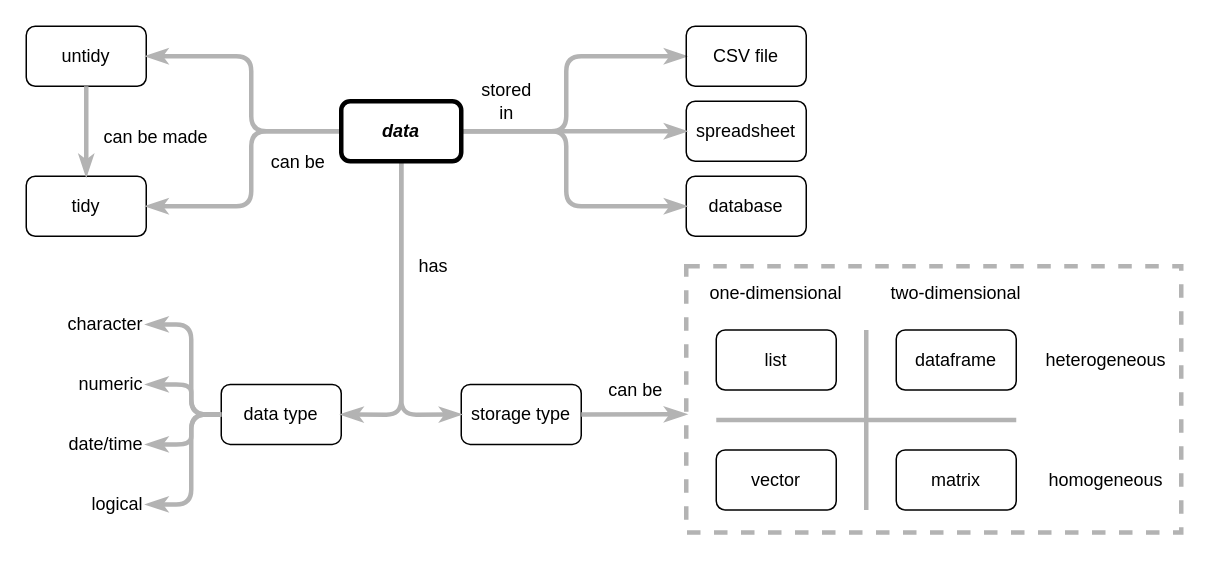
The draw.io diagram en/data-types.drawio in rstudio/concept-maps, before the edit. Source tidied: cells renumbered, new cells numbered last; positions are measured from the earlier drawing's top-left corner, leaving out a move shared by most shapes. Both pictures are drawn from the tidied source at 150%, with x=0, y=0 at pixel (26, 26).
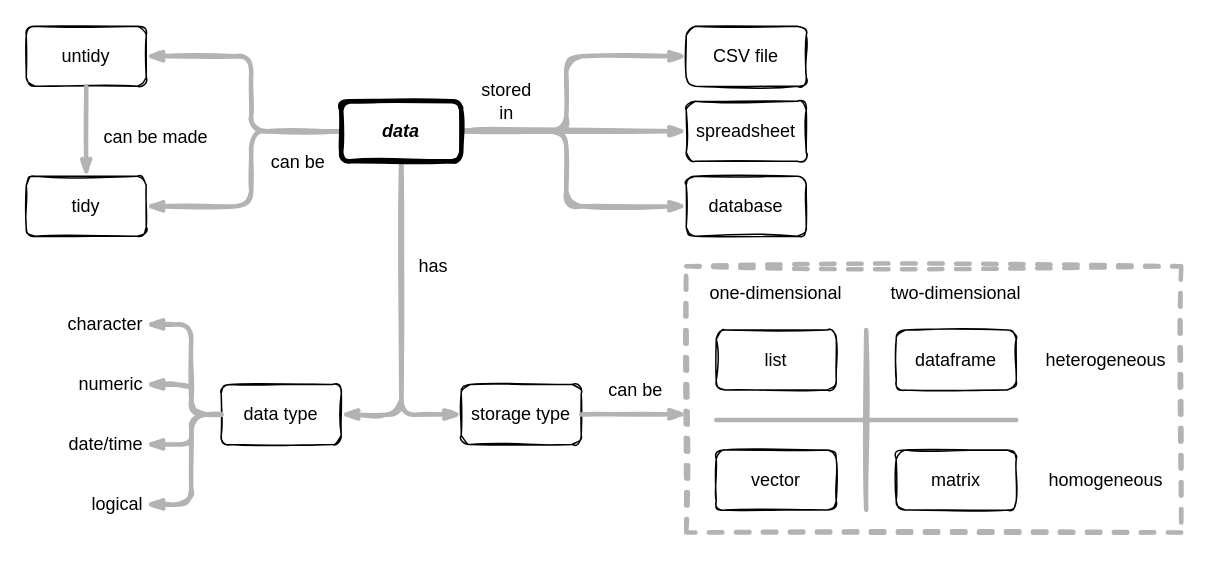
Above is the later version.

The edit, as a diff of the source:
```diff
@@
-    <mxCell id="2" value="stored&lt;br&gt;in" style="edgeStyle=none;rounded=1;html=1;labelBackgroundColor=none;startArrow=none;startFill=0;startSize=5;endArrow=classicThin;endFill=1;endSize=5;jettySize=auto;strokeColor=#B3B3B3;strokeWidth=3;fontFamily=Helvetica;fontSize=12;exitX=1;exitY=0.5;exitDx=0;exitDy=0;verticalAlign=middle;entryX=0;entryY=0.5;entryDx=0;entryDy=0;" parent="1" edge="1" source="39" target="12">
+    <mxCell id="2" value="stored&lt;br&gt;in" style="edgeStyle=none;rounded=1;html=1;labelBackgroundColor=none;startArrow=none;startFill=0;startSize=5;endArrow=classicThin;endFill=1;endSize=5;jettySize=auto;strokeColor=#B3B3B3;strokeWidth=3;fontFamily=Helvetica;fontSize=12;exitX=1;exitY=0.5;exitDx=0;exitDy=0;verticalAlign=middle;entryX=0;entryY=0.5;entryDx=0;entryDy=0;sketch=1;" parent="1" edge="1" source="39" target="12">
       <mxGeometry x="-0.1" y="40" relative="1" as="geometry">
         <Array as="points">
           <mxPoint x="360" y="70" />
           <mxPoint x="360" y="20" />
         </Array>
       </mxGeometry>
     </mxCell>
-    <mxCell id="3" value="tidy" style="rounded=1;whiteSpace=wrap;html=1;fontSize=12;fontFamily=Helvetica;fillColor=none;" parent="1" vertex="1">
+    <mxCell id="3" value="tidy" style="rounded=1;whiteSpace=wrap;html=1;fontSize=12;fontFamily=Helvetica;fillColor=none;sketch=1;labelBackgroundColor=none;" parent="1" vertex="1">
       <mxGeometry y="100" width="80" height="40" as="geometry" />
     </mxCell>
-    <mxCell id="4" value="untidy" style="rounded=1;whiteSpace=wrap;html=1;fontSize=12;fontFamily=Helvetica;fillColor=none;" parent="1" vertex="1">
+    <mxCell id="4" value="untidy" style="rounded=1;whiteSpace=wrap;html=1;fontSize=12;fontFamily=Helvetica;fillColor=none;sketch=1;labelBackgroundColor=none;" parent="1" vertex="1">
       <mxGeometry width="80" height="40" as="geometry" />
     </mxCell>
-    <mxCell id="5" value="data type" style="rounded=1;whiteSpace=wrap;html=1;fontSize=12;fontFamily=Helvetica;fillColor=none;" parent="1" vertex="1">
+    <mxCell id="5" value="data type" style="rounded=1;whiteSpace=wrap;html=1;fontSize=12;fontFamily=Helvetica;fillColor=none;sketch=1;labelBackgroundColor=none;" parent="1" vertex="1">
       <mxGeometry x="130" y="238.8" width="80" height="40" as="geometry" />
     </mxCell>
-    <mxCell id="6" value="matrix" style="rounded=1;whiteSpace=wrap;html=1;fontSize=12;fontFamily=Helvetica;fillColor=none;" parent="1" vertex="1">
+    <mxCell id="6" value="matrix" style="rounded=1;whiteSpace=wrap;html=1;fontSize=12;fontFamily=Helvetica;fillColor=none;sketch=1;labelBackgroundColor=none;" parent="1" vertex="1">
       <mxGeometry x="580" y="282.5" width="80" height="40" as="geometry" />
     </mxCell>
-    <mxCell id="7" value="dataframe" style="rounded=1;whiteSpace=wrap;html=1;fontSize=12;fontFamily=Helvetica;fillColor=none;" parent="1" vertex="1">
+    <mxCell id="7" value="dataframe" style="rounded=1;whiteSpace=wrap;html=1;fontSize=12;fontFamily=Helvetica;fillColor=none;sketch=1;labelBackgroundColor=none;" parent="1" vertex="1">
       <mxGeometry x="580" y="202.5" width="80" height="40" as="geometry" />
     </mxCell>
-    <mxCell id="8" value="list" style="rounded=1;whiteSpace=wrap;html=1;fontSize=12;fontFamily=Helvetica;fillColor=none;" parent="1" vertex="1">
+    <mxCell id="8" value="list" style="rounded=1;whiteSpace=wrap;html=1;fontSize=12;fontFamily=Helvetica;fillColor=none;sketch=1;labelBackgroundColor=none;" parent="1" vertex="1">
       <mxGeometry x="460" y="202.5" width="80" height="40" as="geometry" />
     </mxCell>
-    <mxCell id="9" value="vector" style="rounded=1;whiteSpace=wrap;html=1;fontSize=12;fontFamily=Helvetica;fillColor=none;" parent="1" vertex="1">
+    <mxCell id="9" value="vector" style="rounded=1;whiteSpace=wrap;html=1;fontSize=12;fontFamily=Helvetica;fillColor=none;sketch=1;labelBackgroundColor=none;" parent="1" vertex="1">
       <mxGeometry x="460" y="282.5" width="80" height="40" as="geometry" />
     </mxCell>
-    <mxCell id="10" value="database" style="rounded=1;whiteSpace=wrap;html=1;fontSize=12;fontFamily=Helvetica;fillColor=none;" parent="1" vertex="1">
+    <mxCell id="10" value="database" style="rounded=1;whiteSpace=wrap;html=1;fontSize=12;fontFamily=Helvetica;fillColor=none;sketch=1;labelBackgroundColor=none;" parent="1" vertex="1">
       <mxGeometry x="440" y="100" width="80" height="40" as="geometry" />
     </mxCell>
-    <mxCell id="11" value="spreadsheet" style="rounded=1;whiteSpace=wrap;html=1;fontSize=12;fontFamily=Helvetica;fillColor=none;" parent="1" vertex="1">
+    <mxCell id="11" value="spreadsheet" style="rounded=1;whiteSpace=wrap;html=1;fontSize=12;fontFamily=Helvetica;fillColor=none;sketch=1;labelBackgroundColor=none;" parent="1" vertex="1">
       <mxGeometry x="440" y="50" width="80" height="40" as="geometry" />
     </mxCell>
-    <mxCell id="12" value="CSV file" style="rounded=1;whiteSpace=wrap;html=1;fontSize=12;fontFamily=Helvetica;fillColor=none;" parent="1" vertex="1">
+    <mxCell id="12" value="CSV file" style="rounded=1;whiteSpace=wrap;html=1;fontSize=12;fontFamily=Helvetica;fillColor=none;sketch=1;labelBackgroundColor=none;" parent="1" vertex="1">
       <mxGeometry x="440" width="80" height="40" as="geometry" />
     </mxCell>
-    <mxCell id="13" style="edgeStyle=none;rounded=1;html=1;labelBackgroundColor=none;startArrow=none;startFill=0;startSize=5;endArrow=classicThin;endFill=1;endSize=5;jettySize=auto;strokeColor=#B3B3B3;strokeWidth=3;fontFamily=Helvetica;fontSize=12;exitX=1;exitY=0.5;exitDx=0;exitDy=0;verticalAlign=middle;entryX=0;entryY=0.5;entryDx=0;entryDy=0;" parent="1" edge="1" source="39" target="11">
+    <mxCell id="13" style="edgeStyle=none;rounded=1;html=1;labelBackgroundColor=none;startArrow=none;startFill=0;startSize=5;endArrow=classicThin;endFill=1;endSize=5;jettySize=auto;strokeColor=#B3B3B3;strokeWidth=3;fontFamily=Helvetica;fontSize=12;exitX=1;exitY=0.5;exitDx=0;exitDy=0;verticalAlign=middle;entryX=0;entryY=0.5;entryDx=0;entryDy=0;sketch=1;" parent="1" edge="1" source="39" target="11">
       <mxGeometry x="0.05" y="21" relative="1" as="geometry" />
     </mxCell>
-    <mxCell id="14" style="edgeStyle=none;rounded=1;html=1;labelBackgroundColor=none;startArrow=none;startFill=0;startSize=5;endArrow=classicThin;endFill=1;endSize=5;jettySize=auto;strokeColor=#B3B3B3;strokeWidth=3;fontFamily=Helvetica;fontSize=12;verticalAlign=middle;entryX=0;entryY=0.5;entryDx=0;entryDy=0;" parent="1" edge="1" target="10">
+    <mxCell id="14" style="edgeStyle=none;rounded=1;html=1;labelBackgroundColor=none;startArrow=none;startFill=0;startSize=5;endArrow=classicThin;endFill=1;endSize=5;jettySize=auto;strokeColor=#B3B3B3;strokeWidth=3;fontFamily=Helvetica;fontSize=12;verticalAlign=middle;entryX=0;entryY=0.5;entryDx=0;entryDy=0;sketch=1;" parent="1" edge="1" target="10">
       <mxGeometry x="0.05" y="21" relative="1" as="geometry">
         <mxPoint x="290" y="70" as="sourcePoint" />
         <Array as="points">
           <mxPoint x="360" y="70" />
           <mxPoint x="360" y="120" />
         </Array>
       </mxGeometry>
     </mxCell>
-    <mxCell id="15" style="edgeStyle=none;rounded=1;html=1;labelBackgroundColor=none;startArrow=none;startFill=0;startSize=5;endArrow=classicThin;endFill=1;endSize=5;jettySize=auto;strokeColor=#B3B3B3;strokeWidth=3;fontFamily=Helvetica;fontSize=12;exitX=0;exitY=0.5;exitDx=0;exitDy=0;verticalAlign=middle;entryX=1;entryY=0.5;entryDx=0;entryDy=0;" parent="1" edge="1" source="39" target="4">
+    <mxCell id="15" style="edgeStyle=none;rounded=1;html=1;labelBackgroundColor=none;startArrow=none;startFill=0;startSize=5;endArrow=classicThin;endFill=1;endSize=5;jettySize=auto;strokeColor=#B3B3B3;strokeWidth=3;fontFamily=Helvetica;fontSize=12;exitX=0;exitY=0.5;exitDx=0;exitDy=0;verticalAlign=middle;entryX=1;entryY=0.5;entryDx=0;entryDy=0;sketch=1;" parent="1" edge="1" source="39" target="4">
       <mxGeometry x="0.05" y="21" relative="1" as="geometry">
         <Array as="points">
           <mxPoint x="150" y="70" />
           <mxPoint x="150" y="20" />
         </Array>
       </mxGeometry>
     </mxCell>
-    <mxCell id="16" style="edgeStyle=none;rounded=1;html=1;labelBackgroundColor=none;startArrow=none;startFill=0;startSize=5;endArrow=classicThin;endFill=1;endSize=5;jettySize=auto;strokeColor=#B3B3B3;strokeWidth=3;fontFamily=Helvetica;fontSize=12;exitX=0;exitY=0.5;exitDx=0;exitDy=0;verticalAlign=middle;entryX=1;entryY=0.5;entryDx=0;entryDy=0;" parent="1" edge="1" source="39" target="3">
+    <mxCell id="16" style="edgeStyle=none;rounded=1;html=1;labelBackgroundColor=none;startArrow=none;startFill=0;startSize=5;endArrow=classicThin;endFill=1;endSize=5;jettySize=auto;strokeColor=#B3B3B3;strokeWidth=3;fontFamily=Helvetica;fontSize=12;exitX=0;exitY=0.5;exitDx=0;exitDy=0;verticalAlign=middle;entryX=1;entryY=0.5;entryDx=0;entryDy=0;sketch=1;" parent="1" edge="1" source="39" target="3">
       <mxGeometry x="0.05" y="21" relative="1" as="geometry">
         <Array as="points">
           <mxPoint x="150" y="70" />
           <mxPoint x="150" y="120" />
         </Array>
       </mxGeometry>
     </mxCell>
-    <mxCell id="17" value="&lt;font style=&quot;font-size: 12px&quot;&gt;can be&lt;/font&gt;" style="edgeLabel;html=1;align=center;verticalAlign=middle;" parent="16" vertex="1">
+    <mxCell id="17" value="&lt;font style=&quot;font-size: 12px&quot;&gt;can be&lt;/font&gt;" style="edgeLabel;html=1;align=center;verticalAlign=middle;sketch=1;labelBackgroundColor=none;" parent="16" vertex="1">
       <mxGeometry x="0.32" relative="1" as="geometry">
         <mxPoint x="39" y="-30" as="offset" />
       </mxGeometry>
     </mxCell>
-    <mxCell id="18" value="can be made" style="edgeStyle=none;rounded=1;html=1;labelBackgroundColor=none;startArrow=none;startFill=0;startSize=5;endArrow=classicThin;endFill=1;endSize=5;jettySize=auto;strokeColor=#B3B3B3;strokeWidth=3;fontFamily=Helvetica;fontSize=12;verticalAlign=middle;entryX=0.5;entryY=0;entryDx=0;entryDy=0;exitX=0.5;exitY=1;exitDx=0;exitDy=0;align=left;" parent="1" edge="1" source="4" target="3">
+    <mxCell id="18" value="can be made" style="edgeStyle=none;rounded=1;html=1;labelBackgroundColor=none;startArrow=none;startFill=0;startSize=5;endArrow=classicThin;endFill=1;endSize=5;jettySize=auto;strokeColor=#B3B3B3;strokeWidth=3;fontFamily=Helvetica;fontSize=12;verticalAlign=middle;entryX=0.5;entryY=0;entryDx=0;entryDy=0;exitX=0.5;exitY=1;exitDx=0;exitDy=0;align=left;sketch=1;" parent="1" edge="1" source="4" target="3">
       <mxGeometry x="0.14" y="10" relative="1" as="geometry" />
     </mxCell>
-    <mxCell id="19" value="has" style="edgeStyle=none;rounded=1;html=1;labelBackgroundColor=none;startArrow=none;startFill=0;startSize=5;endArrow=classicThin;endFill=1;endSize=5;jettySize=auto;strokeColor=#B3B3B3;strokeWidth=3;fontFamily=Helvetica;fontSize=12;exitX=0.5;exitY=1;exitDx=0;exitDy=0;verticalAlign=middle;entryX=1;entryY=0.5;entryDx=0;entryDy=0;align=left;" parent="1" edge="1" source="39" target="5">
+    <mxCell id="19" value="has" style="edgeStyle=none;rounded=1;html=1;labelBackgroundColor=none;startArrow=none;startFill=0;startSize=5;endArrow=classicThin;endFill=1;endSize=5;jettySize=auto;strokeColor=#B3B3B3;strokeWidth=3;fontFamily=Helvetica;fontSize=12;exitX=0.5;exitY=1;exitDx=0;exitDy=0;verticalAlign=middle;entryX=1;entryY=0.5;entryDx=0;entryDy=0;align=left;sketch=1;" parent="1" edge="1" source="39" target="5">
       <mxGeometry x="-0.33" y="10" relative="1" as="geometry">
         <Array as="points">
           <mxPoint x="250" y="259" />
         </Array>
       </mxGeometry>
     </mxCell>
-    <mxCell id="20" value="storage type" style="rounded=1;whiteSpace=wrap;html=1;fontSize=12;fontFamily=Helvetica;fillColor=none;" parent="1" vertex="1">
+    <mxCell id="20" value="storage type" style="rounded=1;whiteSpace=wrap;html=1;fontSize=12;fontFamily=Helvetica;fillColor=none;sketch=1;labelBackgroundColor=none;" parent="1" vertex="1">
       <mxGeometry x="290" y="238.8" width="80" height="40" as="geometry" />
     </mxCell>
-    <mxCell id="21" style="edgeStyle=none;rounded=1;html=1;labelBackgroundColor=none;startArrow=none;startFill=0;startSize=5;endArrow=classicThin;endFill=1;endSize=5;jettySize=auto;strokeColor=#B3B3B3;strokeWidth=3;fontFamily=Helvetica;fontSize=12;exitX=0.5;exitY=1;exitDx=0;exitDy=0;verticalAlign=middle;entryX=0;entryY=0.5;entryDx=0;entryDy=0;" parent="1" edge="1" source="39" target="20">
+    <mxCell id="21" style="edgeStyle=none;rounded=1;html=1;labelBackgroundColor=none;startArrow=none;startFill=0;startSize=5;endArrow=classicThin;endFill=1;endSize=5;jettySize=auto;strokeColor=#B3B3B3;strokeWidth=3;fontFamily=Helvetica;fontSize=12;exitX=0.5;exitY=1;exitDx=0;exitDy=0;verticalAlign=middle;entryX=0;entryY=0.5;entryDx=0;entryDy=0;sketch=1;" parent="1" edge="1" source="39" target="20">
       <mxGeometry x="0.05" y="21" relative="1" as="geometry">
         <Array as="points">
           <mxPoint x="250" y="259" />
         </Array>
       </mxGeometry>
     </mxCell>
-    <mxCell id="22" value="character" style="text;html=1;strokeColor=none;fillColor=none;align=right;verticalAlign=middle;whiteSpace=wrap;rounded=0;" parent="1" vertex="1">
+    <mxCell id="22" value="character" style="text;html=1;strokeColor=none;fillColor=none;align=right;verticalAlign=middle;whiteSpace=wrap;rounded=0;sketch=1;labelBackgroundColor=none;" parent="1" vertex="1">
       <mxGeometry x="20" y="188.8" width="60" height="20" as="geometry" />
     </mxCell>
-    <mxCell id="23" value="numeric" style="text;html=1;strokeColor=none;fillColor=none;align=right;verticalAlign=middle;whiteSpace=wrap;rounded=0;" parent="1" vertex="1">
+    <mxCell id="23" value="numeric" style="text;html=1;strokeColor=none;fillColor=none;align=right;verticalAlign=middle;whiteSpace=wrap;rounded=0;sketch=1;labelBackgroundColor=none;" parent="1" vertex="1">
       <mxGeometry x="20" y="228.8" width="60" height="20" as="geometry" />
     </mxCell>
-    <mxCell id="24" value="date/time" style="text;html=1;strokeColor=none;fillColor=none;align=right;verticalAlign=middle;whiteSpace=wrap;rounded=0;" parent="1" vertex="1">
+    <mxCell id="24" value="date/time" style="text;html=1;strokeColor=none;fillColor=none;align=right;verticalAlign=middle;whiteSpace=wrap;rounded=0;sketch=1;labelBackgroundColor=none;" parent="1" vertex="1">
       <mxGeometry x="20" y="268.8" width="60" height="20" as="geometry" />
     </mxCell>
-    <mxCell id="25" value="logical" style="text;html=1;strokeColor=none;fillColor=none;align=right;verticalAlign=middle;whiteSpace=wrap;rounded=0;" parent="1" vertex="1">
+    <mxCell id="25" value="logical" style="text;html=1;strokeColor=none;fillColor=none;align=right;verticalAlign=middle;whiteSpace=wrap;rounded=0;sketch=1;labelBackgroundColor=none;" parent="1" vertex="1">
       <mxGeometry x="20" y="308.8" width="60" height="20" as="geometry" />
     </mxCell>
-    <mxCell id="26" style="edgeStyle=none;rounded=1;html=1;labelBackgroundColor=none;startArrow=none;startFill=0;startSize=5;endArrow=classicThin;endFill=1;endSize=5;jettySize=auto;strokeColor=#B3B3B3;strokeWidth=3;fontFamily=Helvetica;fontSize=12;exitX=0;exitY=0.5;exitDx=0;exitDy=0;verticalAlign=middle;entryX=1;entryY=0.5;entryDx=0;entryDy=0;" parent="1" edge="1" source="5" target="22">
+    <mxCell id="26" style="edgeStyle=none;rounded=1;html=1;labelBackgroundColor=none;startArrow=none;startFill=0;startSize=5;endArrow=classicThin;endFill=1;endSize=5;jettySize=auto;strokeColor=#B3B3B3;strokeWidth=3;fontFamily=Helvetica;fontSize=12;exitX=0;exitY=0.5;exitDx=0;exitDy=0;verticalAlign=middle;entryX=1;entryY=0.5;entryDx=0;entryDy=0;sketch=1;" parent="1" edge="1" source="5" target="22">
       <mxGeometry x="0.05" y="21" relative="1" as="geometry">
         <Array as="points">
           <mxPoint x="110" y="258.8" />
           <mxPoint x="110" y="198.8" />
         </Array>
       </mxGeometry>
     </mxCell>
-    <mxCell id="27" style="edgeStyle=none;rounded=1;html=1;labelBackgroundColor=none;startArrow=none;startFill=0;startSize=5;endArrow=classicThin;endFill=1;endSize=5;jettySize=auto;strokeColor=#B3B3B3;strokeWidth=3;fontFamily=Helvetica;fontSize=12;exitX=0;exitY=0.5;exitDx=0;exitDy=0;verticalAlign=middle;entryX=1;entryY=0.5;entryDx=0;entryDy=0;" parent="1" edge="1" source="5" target="23">
+    <mxCell id="27" style="edgeStyle=none;rounded=1;html=1;labelBackgroundColor=none;startArrow=none;startFill=0;startSize=5;endArrow=classicThin;endFill=1;endSize=5;jettySize=auto;strokeColor=#B3B3B3;strokeWidth=3;fontFamily=Helvetica;fontSize=12;exitX=0;exitY=0.5;exitDx=0;exitDy=0;verticalAlign=middle;entryX=1;entryY=0.5;entryDx=0;entryDy=0;sketch=1;" parent="1" edge="1" source="5" target="23">
       <mxGeometry x="0.05" y="21" relative="1" as="geometry">
         <Array as="points">
           <mxPoint x="110" y="258.8" />
           <mxPoint x="110" y="238.8" />
         </Array>
       </mxGeometry>
     </mxCell>
-    <mxCell id="28" style="edgeStyle=none;rounded=1;html=1;labelBackgroundColor=none;startArrow=none;startFill=0;startSize=5;endArrow=classicThin;endFill=1;endSize=5;jettySize=auto;strokeColor=#B3B3B3;strokeWidth=3;fontFamily=Helvetica;fontSize=12;exitX=0;exitY=0.5;exitDx=0;exitDy=0;verticalAlign=middle;entryX=1;entryY=0.5;entryDx=0;entryDy=0;" parent="1" edge="1" source="5" target="24">
+    <mxCell id="28" style="edgeStyle=none;rounded=1;html=1;labelBackgroundColor=none;startArrow=none;startFill=0;startSize=5;endArrow=classicThin;endFill=1;endSize=5;jettySize=auto;strokeColor=#B3B3B3;strokeWidth=3;fontFamily=Helvetica;fontSize=12;exitX=0;exitY=0.5;exitDx=0;exitDy=0;verticalAlign=middle;entryX=1;entryY=0.5;entryDx=0;entryDy=0;sketch=1;" parent="1" edge="1" source="5" target="24">
       <mxGeometry x="0.05" y="21" relative="1" as="geometry">
         <Array as="points">
           <mxPoint x="110" y="258.8" />
           <mxPoint x="110" y="278.8" />
         </Array>
       </mxGeometry>
     </mxCell>
-    <mxCell id="29" style="edgeStyle=none;rounded=1;html=1;labelBackgroundColor=none;startArrow=none;startFill=0;startSize=5;endArrow=classicThin;endFill=1;endSize=5;jettySize=auto;strokeColor=#B3B3B3;strokeWidth=3;fontFamily=Helvetica;fontSize=12;verticalAlign=middle;entryX=1;entryY=0.5;entryDx=0;entryDy=0;" parent="1" edge="1" target="25">
+    <mxCell id="29" style="edgeStyle=none;rounded=1;html=1;labelBackgroundColor=none;startArrow=none;startFill=0;startSize=5;endArrow=classicThin;endFill=1;endSize=5;jettySize=auto;strokeColor=#B3B3B3;strokeWidth=3;fontFamily=Helvetica;fontSize=12;verticalAlign=middle;entryX=1;entryY=0.5;entryDx=0;entryDy=0;sketch=1;" parent="1" edge="1" target="25">
       <mxGeometry x="0.05" y="21" relative="1" as="geometry">
         <mxPoint x="130" y="258.8" as="sourcePoint" />
         <Array as="points">
           <mxPoint x="110" y="258.8" />
           <mxPoint x="110" y="318.8" />
         </Array>
       </mxGeometry>
     </mxCell>
-    <mxCell id="30" style="endArrow=none;html=1;strokeWidth=3;strokeColor=#B3B3B3;" parent="1" edge="1">
+    <mxCell id="30" style="endArrow=none;html=1;strokeWidth=3;strokeColor=#B3B3B3;sketch=1;labelBackgroundColor=none;" parent="1" edge="1">
       <mxGeometry relative="1" as="geometry">
         <mxPoint x="560" y="322.5" as="sourcePoint" />
         <mxPoint x="560" y="202.5" as="targetPoint" />
       </mxGeometry>
     </mxCell>
-    <mxCell id="31" style="endArrow=none;html=1;strokeWidth=3;strokeColor=#B3B3B3;" parent="1" edge="1">
+    <mxCell id="31" style="endArrow=none;html=1;strokeWidth=3;strokeColor=#B3B3B3;sketch=1;labelBackgroundColor=none;" parent="1" edge="1">
       <mxGeometry relative="1" as="geometry">
         <mxPoint x="660" y="262.5" as="sourcePoint" />
         <mxPoint x="460" y="262.5" as="targetPoint" />
       </mxGeometry>
     </mxCell>
-    <mxCell id="32" value="one-dimensional" style="text;html=1;strokeColor=none;fillColor=none;align=center;verticalAlign=middle;whiteSpace=wrap;rounded=0;" parent="1" vertex="1">
+    <mxCell id="32" value="one-dimensional" style="text;html=1;strokeColor=none;fillColor=none;align=center;verticalAlign=middle;whiteSpace=wrap;rounded=0;sketch=1;labelBackgroundColor=none;" parent="1" vertex="1">
       <mxGeometry x="440" y="167.5" width="120" height="20" as="geometry" />
     </mxCell>
-    <mxCell id="33" value="two-dimensional" style="text;html=1;strokeColor=none;fillColor=none;align=center;verticalAlign=middle;whiteSpace=wrap;rounded=0;" parent="1" vertex="1">
+    <mxCell id="33" value="two-dimensional" style="text;html=1;strokeColor=none;fillColor=none;align=center;verticalAlign=middle;whiteSpace=wrap;rounded=0;sketch=1;labelBackgroundColor=none;" parent="1" vertex="1">
       <mxGeometry x="560" y="167.5" width="120" height="20" as="geometry" />
     </mxCell>
-    <mxCell id="34" value="heterogeneous" style="text;html=1;strokeColor=none;fillColor=none;align=center;verticalAlign=middle;whiteSpace=wrap;rounded=0;" parent="1" vertex="1">
+    <mxCell id="34" value="heterogeneous" style="text;html=1;strokeColor=none;fillColor=none;align=center;verticalAlign=middle;whiteSpace=wrap;rounded=0;sketch=1;labelBackgroundColor=none;" parent="1" vertex="1">
       <mxGeometry x="670" y="212.5" width="100" height="20" as="geometry" />
     </mxCell>
-    <mxCell id="35" value="homogeneous" style="text;html=1;strokeColor=none;fillColor=none;align=center;verticalAlign=middle;whiteSpace=wrap;rounded=0;" parent="1" vertex="1">
+    <mxCell id="35" value="homogeneous" style="text;html=1;strokeColor=none;fillColor=none;align=center;verticalAlign=middle;whiteSpace=wrap;rounded=0;sketch=1;labelBackgroundColor=none;" parent="1" vertex="1">
       <mxGeometry x="670" y="292.5" width="100" height="20" as="geometry" />
     </mxCell>
-    <mxCell id="36" style="rounded=0;whiteSpace=wrap;html=1;align=right;fillColor=none;strokeWidth=3;strokeColor=#B3B3B3;dashed=1;" parent="1" vertex="1">
+    <mxCell id="36" style="rounded=0;whiteSpace=wrap;html=1;align=right;fillColor=none;strokeWidth=3;strokeColor=#B3B3B3;dashed=1;sketch=1;labelBackgroundColor=none;" parent="1" vertex="1">
       <mxGeometry x="440" y="160" width="330" height="177.5" as="geometry" />
     </mxCell>
-    <mxCell id="37" style="edgeStyle=none;rounded=1;html=1;labelBackgroundColor=none;startArrow=none;startFill=0;startSize=5;endArrow=classicThin;endFill=1;endSize=5;jettySize=auto;strokeColor=#B3B3B3;strokeWidth=3;fontFamily=Helvetica;fontSize=12;exitX=1;exitY=0.5;exitDx=0;exitDy=0;verticalAlign=middle;entryX=0;entryY=0.556;entryDx=0;entryDy=0;entryPerimeter=0;" parent="1" edge="1" source="20" target="36">
+    <mxCell id="37" style="edgeStyle=none;rounded=1;html=1;labelBackgroundColor=none;startArrow=none;startFill=0;startSize=5;endArrow=classicThin;endFill=1;endSize=5;jettySize=auto;strokeColor=#B3B3B3;strokeWidth=3;fontFamily=Helvetica;fontSize=12;exitX=1;exitY=0.5;exitDx=0;exitDy=0;verticalAlign=middle;entryX=0;entryY=0.556;entryDx=0;entryDy=0;entryPerimeter=0;sketch=1;" parent="1" edge="1" source="20" target="36">
       <mxGeometry x="0.05" y="21" relative="1" as="geometry" />
     </mxCell>
-    <mxCell id="38" value="&lt;font style=&quot;font-size: 12px&quot;&gt;can be&lt;/font&gt;" style="edgeLabel;html=1;align=center;verticalAlign=middle;" parent="37" vertex="1">
+    <mxCell id="38" value="&lt;font style=&quot;font-size: 12px&quot;&gt;can be&lt;/font&gt;" style="edgeLabel;html=1;align=center;verticalAlign=middle;sketch=1;labelBackgroundColor=none;" parent="37" vertex="1">
       <mxGeometry y="-3" relative="1" as="geometry">
         <mxPoint y="-19.2" as="offset" />
       </mxGeometry>
     </mxCell>
-    <mxCell id="39" value="&lt;i&gt;&lt;b&gt;data&lt;/b&gt;&lt;/i&gt;" style="rounded=1;whiteSpace=wrap;html=1;fontSize=12;fontFamily=Helvetica;fillColor=none;strokeWidth=3;" parent="1" vertex="1">
+    <mxCell id="39" value="&lt;i&gt;&lt;b&gt;data&lt;/b&gt;&lt;/i&gt;" style="rounded=1;whiteSpace=wrap;html=1;fontSize=12;fontFamily=Helvetica;fillColor=none;strokeWidth=3;sketch=1;labelBackgroundColor=none;" parent="1" vertex="1">
       <mxGeometry x="210" y="50" width="80" height="40" as="geometry" />
     </mxCell>
```
